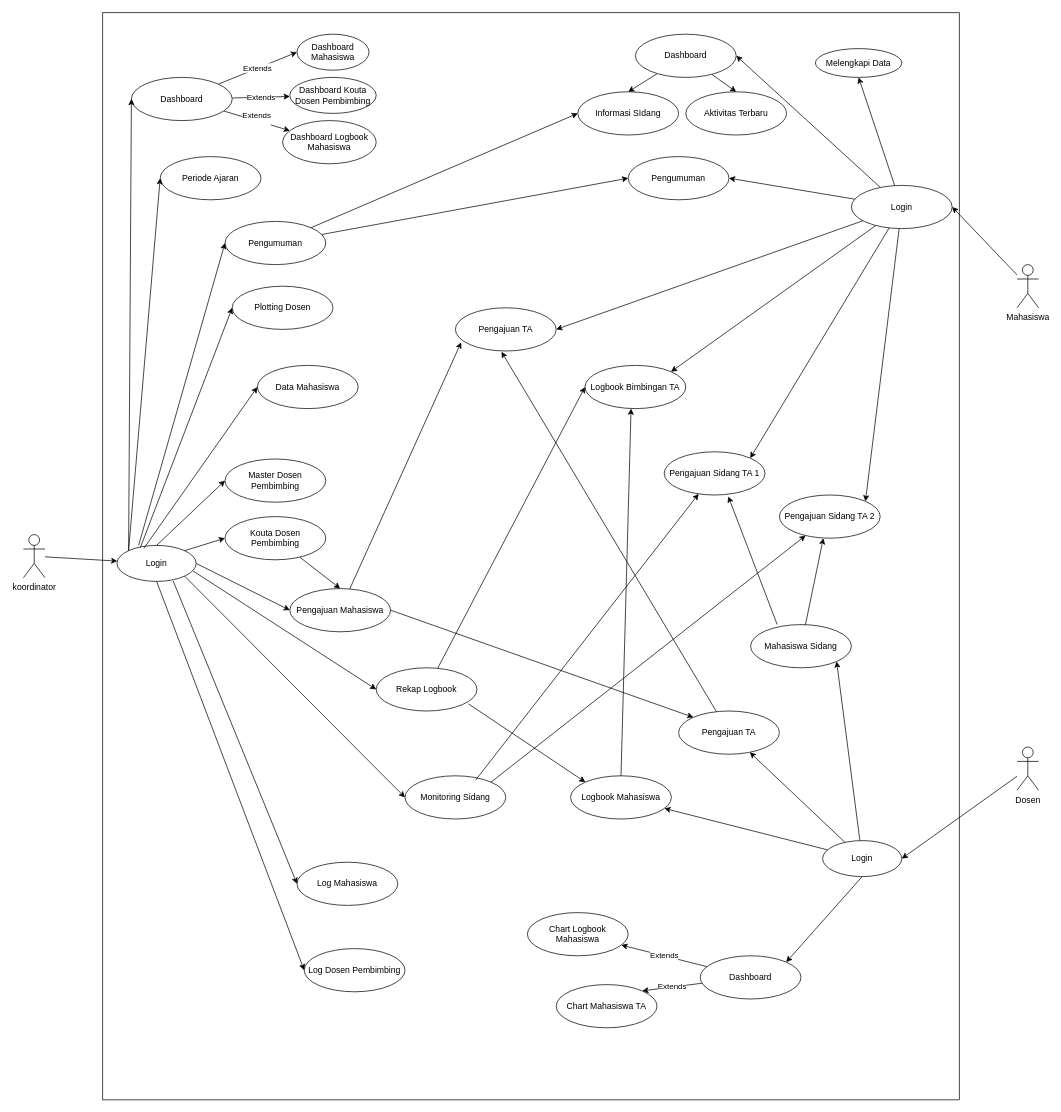
Above: koor-bimbingan online.drawio in BagusCPaste/draw.io (draw.io), before the change. Source tidied: cells renumbered, new cells numbered last; positions are measured from the earlier drawing's top-left corner, leaving out a move shared by most shapes. Both pictures are drawn from the tidied source at 72%, with x=0, y=0 at pixel (23, 12).
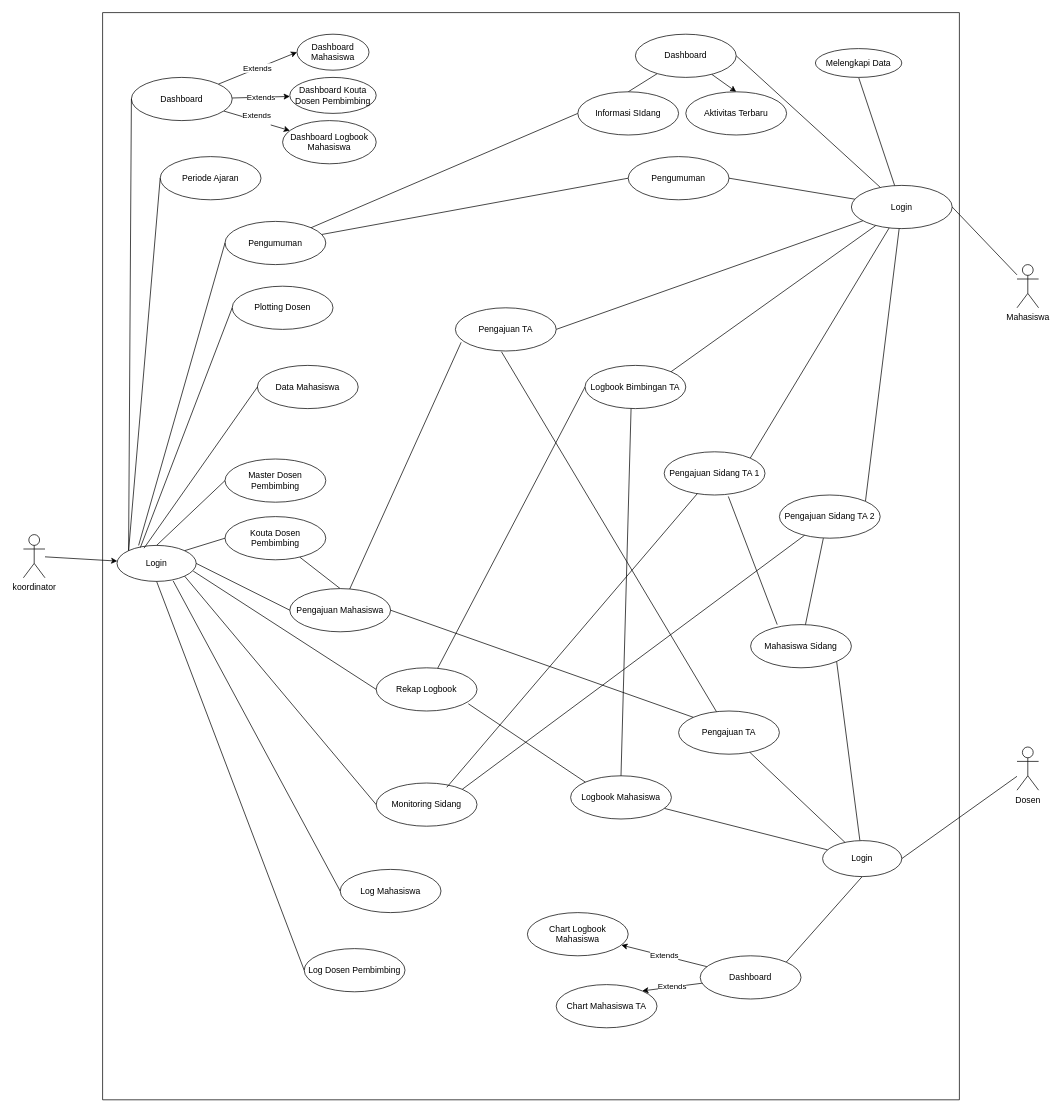
The same diagram, later.

Unchanged cells that the change refers to:
```xml
<mxCell id="2" style="swimlane;startSize=0;" parent="1" vertex="1">
<mxCell id="6" value="Dashboard" style="ellipse;whiteSpace=wrap;html=1;" parent="2" vertex="1">
<mxCell id="7" value="Periode Ajaran" style="ellipse;whiteSpace=wrap;html=1;" parent="2" vertex="1">
<mxCell id="10" value="Pengumuman" style="ellipse;whiteSpace=wrap;html=1;" parent="2" vertex="1">
<mxCell id="11" value="Plotting Dosen" style="ellipse;whiteSpace=wrap;html=1;" parent="2" vertex="1">
<mxCell id="12" value="Data Mahasiswa" style="ellipse;whiteSpace=wrap;html=1;" parent="2" vertex="1">
<mxCell id="13" value="Master Dosen Pembimbing" style="ellipse;whiteSpace=wrap;html=1;" parent="2" vertex="1">
<mxCell id="15" value="Kouta Dosen Pembimbing" style="ellipse;whiteSpace=wrap;html=1;" parent="2" vertex="1">
<mxCell id="17" value="Pengajuan Mahasiswa" style="ellipse;whiteSpace=wrap;html=1;" parent="2" vertex="1">
<mxCell id="19" value="Rekap Logbook" style="ellipse;whiteSpace=wrap;html=1;" parent="2" vertex="1">
<mxCell id="21" value="Log Dosen Pembimbing" style="ellipse;whiteSpace=wrap;html=1;" parent="2" vertex="1">
<mxCell id="33" value="Login" style="ellipse;whiteSpace=wrap;html=1;" parent="2" vertex="1">
<mxCell id="34" value="Melengkapi Data" style="ellipse;whiteSpace=wrap;html=1;" parent="2" vertex="1">
<mxCell id="37" value="Dashboard" style="ellipse;whiteSpace=wrap;html=1;" parent="2" vertex="1">
<mxCell id="38" value="Informasi SIdang" style="ellipse;whiteSpace=wrap;html=1;" parent="2" vertex="1">
<mxCell id="40" value="Pengajuan TA" style="ellipse;whiteSpace=wrap;html=1;" parent="2" vertex="1">
<mxCell id="41" value="Pengumuman" style="ellipse;whiteSpace=wrap;html=1;" parent="2" vertex="1">
<mxCell id="42" value="Logbook Bimbingan TA" style="ellipse;whiteSpace=wrap;html=1;" parent="2" vertex="1">
<mxCell id="43" value="Pengajuan Sidang TA 1" style="ellipse;whiteSpace=wrap;html=1;" parent="2" vertex="1">
<mxCell id="44" value="Pengajuan Sidang TA 2" style="ellipse;whiteSpace=wrap;html=1;" parent="2" vertex="1">
<mxCell id="45" value="Pengajuan TA" style="ellipse;whiteSpace=wrap;html=1;" parent="2" vertex="1">
<mxCell id="46" value="Mahasiswa Sidang" style="ellipse;whiteSpace=wrap;html=1;" parent="2" vertex="1">
<mxCell id="49" value="Dashboard" style="ellipse;whiteSpace=wrap;html=1;" parent="2" vertex="1">
<mxCell id="54" value="Login" style="ellipse;whiteSpace=wrap;html=1;" parent="2" vertex="1">
<mxCell id="57" value="Logbook Mahasiswa" style="ellipse;whiteSpace=wrap;html=1;" parent="2" vertex="1">
<mxCell id="66" value="Login" style="ellipse;whiteSpace=wrap;html=1;" parent="2" vertex="1">
<mxCell id="82" value="Mahasiswa" style="shape=umlActor;verticalLabelPosition=bottom;verticalAlign=top;html=1;outlineConnect=0;" parent="1" vertex="1">
<mxCell id="84" value="Dosen" style="shape=umlActor;verticalLabelPosition=bottom;verticalAlign=top;html=1;outlineConnect=0;" parent="1" vertex="1">
```

Change to the diagram source:
```diff
@@
-    <mxCell id="8" style="edgeStyle=none;rounded=0;jettySize=auto;html=1;entryX=0;entryY=0.5;entryDx=0;entryDy=0;" parent="2" edge="1" source="10" target="38">
+    <mxCell id="8" style="edgeStyle=none;rounded=0;jettySize=auto;html=1;entryX=0;entryY=0.5;entryDx=0;entryDy=0;endArrow=none;startFill=0;" parent="2" edge="1" source="10" target="38">
       <mxGeometry relative="1" as="geometry" />
     </mxCell>
-    <mxCell id="9" style="edgeStyle=none;rounded=0;jettySize=auto;html=1;entryX=0;entryY=0.5;entryDx=0;entryDy=0;" parent="2" edge="1" source="10" target="41">
+    <mxCell id="9" style="edgeStyle=none;rounded=0;jettySize=auto;html=1;entryX=0;entryY=0.5;entryDx=0;entryDy=0;endArrow=none;startFill=0;" parent="2" edge="1" source="10" target="41">
       <mxGeometry relative="1" as="geometry" />
     </mxCell>
@@
-    <mxCell id="14" style="edgeStyle=none;rounded=0;jettySize=auto;html=1;entryX=0.5;entryY=0;entryDx=0;entryDy=0;" parent="2" edge="1" source="15" target="17">
+    <mxCell id="14" style="edgeStyle=none;rounded=0;jettySize=auto;html=1;entryX=0.5;entryY=0;entryDx=0;entryDy=0;endArrow=none;startFill=0;" parent="2" edge="1" source="15" target="17">
       <mxGeometry relative="1" as="geometry" />
     </mxCell>
@@
-    <mxCell id="16" style="edgeStyle=none;rounded=0;jettySize=auto;html=1;entryX=0.057;entryY=0.8;entryDx=0;entryDy=0;entryPerimeter=0;" parent="2" edge="1" source="17" target="40">
+    <mxCell id="16" style="edgeStyle=none;rounded=0;jettySize=auto;html=1;entryX=0.057;entryY=0.8;entryDx=0;entryDy=0;entryPerimeter=0;endArrow=none;startFill=0;" parent="2" edge="1" source="17" target="40">
       <mxGeometry relative="1" as="geometry" />
     </mxCell>
@@
-    <mxCell id="18" style="edgeStyle=none;rounded=0;jettySize=auto;html=1;entryX=0;entryY=0.5;entryDx=0;entryDy=0;" parent="2" edge="1" source="19" target="42">
+    <mxCell id="18" style="edgeStyle=none;rounded=0;jettySize=auto;html=1;entryX=0;entryY=0.5;entryDx=0;entryDy=0;endArrow=none;startFill=0;" parent="2" edge="1" source="19" target="42">
       <mxGeometry relative="1" as="geometry" />
     </mxCell>
@@
     <mxCell id="20" value="Monitoring Sidang" style="ellipse;whiteSpace=wrap;html=1;" parent="2" vertex="1">
-      <mxGeometry x="420" y="1060" width="140" height="60" as="geometry" />
+      <mxGeometry x="380" y="1070" width="140" height="60" as="geometry" />
     </mxCell>
@@
     <mxCell id="22" value="Log Mahasiswa" style="ellipse;whiteSpace=wrap;html=1;" parent="2" vertex="1">
-      <mxGeometry x="270" y="1180" width="140" height="60" as="geometry" />
+      <mxGeometry x="330" y="1190" width="140" height="60" as="geometry" />
     </mxCell>
@@
-    <mxCell id="26" style="edgeStyle=none;rounded=0;jettySize=auto;html=1;entryX=0.5;entryY=1;entryDx=0;entryDy=0;" parent="2" edge="1" source="33" target="34">
+    <mxCell id="26" style="edgeStyle=none;rounded=0;jettySize=auto;html=1;entryX=0.5;entryY=1;entryDx=0;entryDy=0;endArrow=none;startFill=0;" parent="2" edge="1" source="33" target="34">
       <mxGeometry relative="1" as="geometry" />
     </mxCell>
-    <mxCell id="27" style="edgeStyle=none;rounded=0;jettySize=auto;html=1;entryX=1;entryY=0.5;entryDx=0;entryDy=0;" parent="2" edge="1" source="33" target="37">
+    <mxCell id="27" style="edgeStyle=none;rounded=0;jettySize=auto;html=1;entryX=1;entryY=0.5;entryDx=0;entryDy=0;endArrow=none;startFill=0;" parent="2" edge="1" source="33" target="37">
       <mxGeometry relative="1" as="geometry" />
     </mxCell>
-    <mxCell id="28" style="edgeStyle=none;rounded=0;jettySize=auto;html=1;entryX=1;entryY=0.5;entryDx=0;entryDy=0;" parent="2" edge="1" source="33" target="41">
+    <mxCell id="28" style="edgeStyle=none;rounded=0;jettySize=auto;html=1;entryX=1;entryY=0.5;entryDx=0;entryDy=0;endArrow=none;startFill=0;" parent="2" edge="1" source="33" target="41">
       <mxGeometry relative="1" as="geometry" />
     </mxCell>
-    <mxCell id="29" style="edgeStyle=none;rounded=0;jettySize=auto;html=1;entryX=1;entryY=0.5;entryDx=0;entryDy=0;" parent="2" edge="1" source="33" target="40">
+    <mxCell id="29" style="edgeStyle=none;rounded=0;jettySize=auto;html=1;entryX=1;entryY=0.5;entryDx=0;entryDy=0;endArrow=none;startFill=0;" parent="2" edge="1" source="33" target="40">
       <mxGeometry relative="1" as="geometry" />
     </mxCell>
-    <mxCell id="30" style="edgeStyle=none;rounded=0;jettySize=auto;html=1;entryX=1;entryY=0;entryDx=0;entryDy=0;" parent="2" edge="1" source="33" target="42">
+    <mxCell id="30" style="edgeStyle=none;rounded=0;jettySize=auto;html=1;entryX=1;entryY=0;entryDx=0;entryDy=0;endArrow=none;startFill=0;" parent="2" edge="1" source="33" target="42">
       <mxGeometry relative="1" as="geometry" />
     </mxCell>
-    <mxCell id="31" style="edgeStyle=none;rounded=0;jettySize=auto;html=1;entryX=1;entryY=0;entryDx=0;entryDy=0;" parent="2" edge="1" source="33" target="43">
+    <mxCell id="31" style="edgeStyle=none;rounded=0;jettySize=auto;html=1;entryX=1;entryY=0;entryDx=0;entryDy=0;endArrow=none;startFill=0;" parent="2" edge="1" source="33" target="43">
       <mxGeometry relative="1" as="geometry" />
     </mxCell>
-    <mxCell id="32" style="edgeStyle=none;rounded=0;jettySize=auto;html=1;entryX=1;entryY=0;entryDx=0;entryDy=0;" parent="2" edge="1" source="33" target="44">
+    <mxCell id="32" style="edgeStyle=none;rounded=0;jettySize=auto;html=1;entryX=1;entryY=0;entryDx=0;entryDy=0;endArrow=none;startFill=0;" parent="2" edge="1" source="33" target="44">
       <mxGeometry relative="1" as="geometry" />
     </mxCell>
@@
-    <mxCell id="35" style="edgeStyle=none;rounded=0;jettySize=auto;html=1;entryX=0.5;entryY=0;entryDx=0;entryDy=0;" parent="2" edge="1" source="37" target="38">
+    <mxCell id="35" style="edgeStyle=none;rounded=0;jettySize=auto;html=1;entryX=0.5;entryY=0;entryDx=0;entryDy=0;endArrow=none;startFill=0;" parent="2" edge="1" source="37" target="38">
       <mxGeometry relative="1" as="geometry" />
     </mxCell>
@@
-    <mxCell id="50" style="edgeStyle=none;rounded=0;jettySize=auto;html=1;exitX=0.5;exitY=1;exitDx=0;exitDy=0;entryX=1;entryY=0;entryDx=0;entryDy=0;" parent="2" edge="1" source="54" target="49">
+    <mxCell id="50" style="edgeStyle=none;rounded=0;jettySize=auto;html=1;exitX=0.5;exitY=1;exitDx=0;exitDy=0;entryX=1;entryY=0;entryDx=0;entryDy=0;endArrow=none;startFill=0;" parent="2" edge="1" source="54" target="49">
       <mxGeometry relative="1" as="geometry" />
     </mxCell>
-    <mxCell id="51" style="edgeStyle=none;rounded=0;jettySize=auto;html=1;" parent="2" edge="1" source="54" target="45">
+    <mxCell id="51" style="edgeStyle=none;rounded=0;jettySize=auto;html=1;endArrow=none;startFill=0;" parent="2" edge="1" source="54" target="45">
       <mxGeometry relative="1" as="geometry" />
     </mxCell>
-    <mxCell id="52" style="edgeStyle=none;rounded=0;jettySize=auto;html=1;" parent="2" edge="1" source="54" target="57">
+    <mxCell id="52" style="edgeStyle=none;rounded=0;jettySize=auto;html=1;endArrow=none;startFill=0;" parent="2" edge="1" source="54" target="57">
       <mxGeometry relative="1" as="geometry" />
     </mxCell>
-    <mxCell id="53" style="edgeStyle=none;rounded=0;jettySize=auto;html=1;entryX=1;entryY=1;entryDx=0;entryDy=0;" parent="2" edge="1" source="54" target="46">
+    <mxCell id="53" style="edgeStyle=none;rounded=0;jettySize=auto;html=1;entryX=1;entryY=1;entryDx=0;entryDy=0;endArrow=none;startFill=0;" parent="2" edge="1" source="54" target="46">
       <mxGeometry relative="1" as="geometry" />
     </mxCell>
@@
-    <mxCell id="58" style="edgeStyle=none;rounded=0;jettySize=auto;html=1;entryX=0.436;entryY=1;entryDx=0;entryDy=0;entryPerimeter=0;" parent="2" edge="1" source="46" target="44">
+    <mxCell id="58" style="edgeStyle=none;rounded=0;jettySize=auto;html=1;entryX=0.436;entryY=1;entryDx=0;entryDy=0;entryPerimeter=0;endArrow=none;startFill=0;" parent="2" edge="1" source="46" target="44">
       <mxGeometry relative="1" as="geometry" />
     </mxCell>
-    <mxCell id="59" style="edgeStyle=none;rounded=0;jettySize=auto;html=1;entryX=0.636;entryY=1.033;entryDx=0;entryDy=0;entryPerimeter=0;exitX=0.264;exitY=0;exitDx=0;exitDy=0;exitPerimeter=0;" parent="2" edge="1" source="46" target="43">
+    <mxCell id="59" style="edgeStyle=none;rounded=0;jettySize=auto;html=1;entryX=0.636;entryY=1.033;entryDx=0;entryDy=0;entryPerimeter=0;exitX=0.264;exitY=0;exitDx=0;exitDy=0;exitPerimeter=0;endArrow=none;startFill=0;" parent="2" edge="1" source="46" target="43">
       <mxGeometry relative="1" as="geometry" />
     </mxCell>
-    <mxCell id="60" style="edgeStyle=none;rounded=0;jettySize=auto;html=1;entryX=0;entryY=0;entryDx=0;entryDy=0;exitX=1;exitY=0.5;exitDx=0;exitDy=0;" parent="2" edge="1" source="17" target="45">
+    <mxCell id="60" style="edgeStyle=none;rounded=0;jettySize=auto;html=1;entryX=0;entryY=0;entryDx=0;entryDy=0;exitX=1;exitY=0.5;exitDx=0;exitDy=0;endArrow=none;startFill=0;" parent="2" edge="1" source="17" target="45">
       <mxGeometry relative="1" as="geometry" />
     </mxCell>
-    <mxCell id="61" style="edgeStyle=none;rounded=0;jettySize=auto;html=1;entryX=0;entryY=0;entryDx=0;entryDy=0;exitX=0.914;exitY=0.833;exitDx=0;exitDy=0;exitPerimeter=0;" parent="2" edge="1" source="19" target="57">
+    <mxCell id="61" style="edgeStyle=none;rounded=0;jettySize=auto;html=1;entryX=0;entryY=0;entryDx=0;entryDy=0;exitX=0.914;exitY=0.833;exitDx=0;exitDy=0;exitPerimeter=0;endArrow=none;startFill=0;" parent="2" edge="1" source="19" target="57">
       <mxGeometry relative="1" as="geometry" />
     </mxCell>
-    <mxCell id="62" style="edgeStyle=none;rounded=0;jettySize=auto;html=1;exitX=1;exitY=0;exitDx=0;exitDy=0;" parent="2" edge="1" source="20" target="44">
+    <mxCell id="62" style="edgeStyle=none;rounded=0;jettySize=auto;html=1;exitX=1;exitY=0;exitDx=0;exitDy=0;endArrow=none;startFill=0;" parent="2" edge="1" source="20" target="44">
       <mxGeometry relative="1" as="geometry" />
     </mxCell>
-    <mxCell id="63" style="edgeStyle=none;rounded=0;jettySize=auto;html=1;exitX=0.7;exitY=0.1;exitDx=0;exitDy=0;exitPerimeter=0;" parent="2" edge="1" source="20" target="43">
+    <mxCell id="63" style="edgeStyle=none;rounded=0;jettySize=auto;html=1;exitX=0.7;exitY=0.1;exitDx=0;exitDy=0;exitPerimeter=0;endArrow=none;startFill=0;" parent="2" edge="1" source="20" target="43">
       <mxGeometry relative="1" as="geometry" />
     </mxCell>
-    <mxCell id="64" style="edgeStyle=none;rounded=0;jettySize=auto;html=1;exitX=0.5;exitY=0;exitDx=0;exitDy=0;entryX=0.457;entryY=1;entryDx=0;entryDy=0;entryPerimeter=0;" parent="2" edge="1" source="57" target="42">
+    <mxCell id="64" style="edgeStyle=none;rounded=0;jettySize=auto;html=1;exitX=0.5;exitY=0;exitDx=0;exitDy=0;entryX=0.457;entryY=1;entryDx=0;entryDy=0;entryPerimeter=0;endArrow=none;startFill=0;" parent="2" edge="1" source="57" target="42">
       <mxGeometry relative="1" as="geometry" />
     </mxCell>
-    <mxCell id="65" style="edgeStyle=none;rounded=0;jettySize=auto;html=1;entryX=0.457;entryY=1.017;entryDx=0;entryDy=0;entryPerimeter=0;" parent="2" edge="1" source="45" target="40">
+    <mxCell id="65" style="edgeStyle=none;rounded=0;jettySize=auto;html=1;entryX=0.457;entryY=1.017;entryDx=0;entryDy=0;entryPerimeter=0;endArrow=none;startFill=0;" parent="2" edge="1" source="45" target="40">
       <mxGeometry relative="1" as="geometry" />
     </mxCell>
@@
-    <mxCell id="67" style="edgeStyle=none;rounded=0;jettySize=auto;html=1;entryX=0;entryY=0.5;entryDx=0;entryDy=0;exitX=0;exitY=0;exitDx=0;exitDy=0;" parent="2" edge="1" source="66" target="6">
+    <mxCell id="67" style="edgeStyle=none;rounded=0;jettySize=auto;html=1;entryX=0;entryY=0.5;entryDx=0;entryDy=0;exitX=0;exitY=0;exitDx=0;exitDy=0;endArrow=none;startFill=0;" parent="2" edge="1" source="66" target="6">
       <mxGeometry relative="1" as="geometry" />
     </mxCell>
-    <mxCell id="68" style="edgeStyle=none;rounded=0;jettySize=auto;html=1;entryX=0;entryY=0.5;entryDx=0;entryDy=0;exitX=0;exitY=0;exitDx=0;exitDy=0;" parent="2" edge="1" source="66" target="7">
+    <mxCell id="68" style="edgeStyle=none;rounded=0;jettySize=auto;html=1;entryX=0;entryY=0.5;entryDx=0;entryDy=0;exitX=0;exitY=0;exitDx=0;exitDy=0;endArrow=none;startFill=0;" parent="2" edge="1" source="66" target="7">
       <mxGeometry relative="1" as="geometry" />
     </mxCell>
-    <mxCell id="69" style="edgeStyle=none;rounded=0;jettySize=auto;html=1;entryX=0;entryY=0.5;entryDx=0;entryDy=0;exitX=0.273;exitY=0;exitDx=0;exitDy=0;exitPerimeter=0;" parent="2" edge="1" source="66" target="10">
+    <mxCell id="69" style="edgeStyle=none;rounded=0;jettySize=auto;html=1;entryX=0;entryY=0.5;entryDx=0;entryDy=0;exitX=0.273;exitY=0;exitDx=0;exitDy=0;exitPerimeter=0;endArrow=none;startFill=0;" parent="2" edge="1" source="66" target="10">
       <mxGeometry relative="1" as="geometry" />
     </mxCell>
-    <mxCell id="70" style="edgeStyle=none;rounded=0;jettySize=auto;html=1;entryX=0;entryY=0.5;entryDx=0;entryDy=0;exitX=0.295;exitY=0.06;exitDx=0;exitDy=0;exitPerimeter=0;" parent="2" edge="1" source="66" target="11">
+    <mxCell id="70" style="edgeStyle=none;rounded=0;jettySize=auto;html=1;entryX=0;entryY=0.5;entryDx=0;entryDy=0;exitX=0.295;exitY=0.06;exitDx=0;exitDy=0;exitPerimeter=0;endArrow=none;startFill=0;" parent="2" edge="1" source="66" target="11">
       <mxGeometry relative="1" as="geometry" />
     </mxCell>
-    <mxCell id="71" style="edgeStyle=none;rounded=0;jettySize=auto;html=1;entryX=0;entryY=0.5;entryDx=0;entryDy=0;exitX=0.341;exitY=0.077;exitDx=0;exitDy=0;exitPerimeter=0;" parent="2" edge="1" source="66" target="12">
+    <mxCell id="71" style="edgeStyle=none;rounded=0;jettySize=auto;html=1;entryX=0;entryY=0.5;entryDx=0;entryDy=0;exitX=0.341;exitY=0.077;exitDx=0;exitDy=0;exitPerimeter=0;endArrow=none;startFill=0;" parent="2" edge="1" source="66" target="12">
       <mxGeometry relative="1" as="geometry" />
     </mxCell>
-    <mxCell id="72" style="edgeStyle=none;rounded=0;jettySize=auto;html=1;entryX=0;entryY=0.5;entryDx=0;entryDy=0;exitX=0.5;exitY=0;exitDx=0;exitDy=0;" parent="2" edge="1" source="66" target="13">
+    <mxCell id="72" style="edgeStyle=none;rounded=0;jettySize=auto;html=1;entryX=0;entryY=0.5;entryDx=0;entryDy=0;exitX=0.5;exitY=0;exitDx=0;exitDy=0;endArrow=none;startFill=0;" parent="2" edge="1" source="66" target="13">
       <mxGeometry relative="1" as="geometry" />
     </mxCell>
-    <mxCell id="73" style="edgeStyle=none;rounded=0;jettySize=auto;html=1;entryX=0;entryY=0.5;entryDx=0;entryDy=0;exitX=1;exitY=0;exitDx=0;exitDy=0;" parent="2" edge="1" source="66" target="15">
+    <mxCell id="73" style="edgeStyle=none;rounded=0;jettySize=auto;html=1;entryX=0;entryY=0.5;entryDx=0;entryDy=0;exitX=1;exitY=0;exitDx=0;exitDy=0;endArrow=none;startFill=0;" parent="2" edge="1" source="66" target="15">
       <mxGeometry relative="1" as="geometry" />
     </mxCell>
-    <mxCell id="74" style="edgeStyle=none;rounded=0;jettySize=auto;html=1;entryX=0;entryY=0.5;entryDx=0;entryDy=0;exitX=1;exitY=0.5;exitDx=0;exitDy=0;" parent="2" edge="1" source="66" target="17">
+    <mxCell id="74" style="edgeStyle=none;rounded=0;jettySize=auto;html=1;entryX=0;entryY=0.5;entryDx=0;entryDy=0;exitX=1;exitY=0.5;exitDx=0;exitDy=0;endArrow=none;startFill=0;" parent="2" edge="1" source="66" target="17">
       <mxGeometry relative="1" as="geometry" />
     </mxCell>
-    <mxCell id="75" style="edgeStyle=none;rounded=0;jettySize=auto;html=1;entryX=0;entryY=0.5;entryDx=0;entryDy=0;exitX=1;exitY=1;exitDx=0;exitDy=0;" parent="2" edge="1" source="66" target="20">
+    <mxCell id="75" style="edgeStyle=none;rounded=0;jettySize=auto;html=1;entryX=0;entryY=0.5;entryDx=0;entryDy=0;exitX=1;exitY=1;exitDx=0;exitDy=0;endArrow=none;startFill=0;" parent="2" edge="1" source="66" target="20">
       <mxGeometry relative="1" as="geometry" />
     </mxCell>
-    <mxCell id="76" style="edgeStyle=none;rounded=0;jettySize=auto;html=1;entryX=0;entryY=0.5;entryDx=0;entryDy=0;exitX=0.962;exitY=0.713;exitDx=0;exitDy=0;exitPerimeter=0;" parent="2" edge="1" source="66" target="19">
+    <mxCell id="76" style="edgeStyle=none;rounded=0;jettySize=auto;html=1;entryX=0;entryY=0.5;entryDx=0;entryDy=0;exitX=0.962;exitY=0.713;exitDx=0;exitDy=0;exitPerimeter=0;endArrow=none;startFill=0;" parent="2" edge="1" source="66" target="19">
       <mxGeometry relative="1" as="geometry" />
     </mxCell>
-    <mxCell id="77" style="edgeStyle=none;rounded=0;jettySize=auto;html=1;entryX=0;entryY=0.5;entryDx=0;entryDy=0;exitX=0.709;exitY=0.986;exitDx=0;exitDy=0;exitPerimeter=0;" parent="2" edge="1" source="66" target="22">
+    <mxCell id="77" style="edgeStyle=none;rounded=0;jettySize=auto;html=1;entryX=0;entryY=0.5;entryDx=0;entryDy=0;exitX=0.709;exitY=0.986;exitDx=0;exitDy=0;exitPerimeter=0;endArrow=none;startFill=0;" parent="2" edge="1" source="66" target="22">
       <mxGeometry relative="1" as="geometry" />
     </mxCell>
-    <mxCell id="78" style="edgeStyle=none;rounded=0;jettySize=auto;html=1;entryX=0;entryY=0.5;entryDx=0;entryDy=0;exitX=0.5;exitY=1;exitDx=0;exitDy=0;" parent="2" edge="1" source="66" target="21">
+    <mxCell id="78" style="edgeStyle=none;rounded=0;jettySize=auto;html=1;entryX=0;entryY=0.5;entryDx=0;entryDy=0;exitX=0.5;exitY=1;exitDx=0;exitDy=0;endArrow=none;startFill=0;" parent="2" edge="1" source="66" target="21">
       <mxGeometry relative="1" as="geometry" />
     </mxCell>
@@
-    <mxCell id="81" style="edgeStyle=none;rounded=0;jettySize=auto;html=1;entryX=1;entryY=0.5;entryDx=0;entryDy=0;" parent="1" edge="1" source="82" target="33">
+    <mxCell id="81" style="edgeStyle=none;rounded=0;jettySize=auto;html=1;entryX=1;entryY=0.5;entryDx=0;entryDy=0;endArrow=none;startFill=0;" parent="1" edge="1" source="82" target="33">
       <mxGeometry relative="1" as="geometry" />
     </mxCell>
@@
-    <mxCell id="83" style="edgeStyle=none;rounded=0;jettySize=auto;html=1;entryX=1;entryY=0.5;entryDx=0;entryDy=0;" parent="1" edge="1" source="84" target="54">
+    <mxCell id="83" style="edgeStyle=none;rounded=0;jettySize=auto;html=1;entryX=1;entryY=0.5;entryDx=0;entryDy=0;endArrow=none;startFill=0;" parent="1" edge="1" source="84" target="54">
       <mxGeometry relative="1" as="geometry" />
     </mxCell>
```
